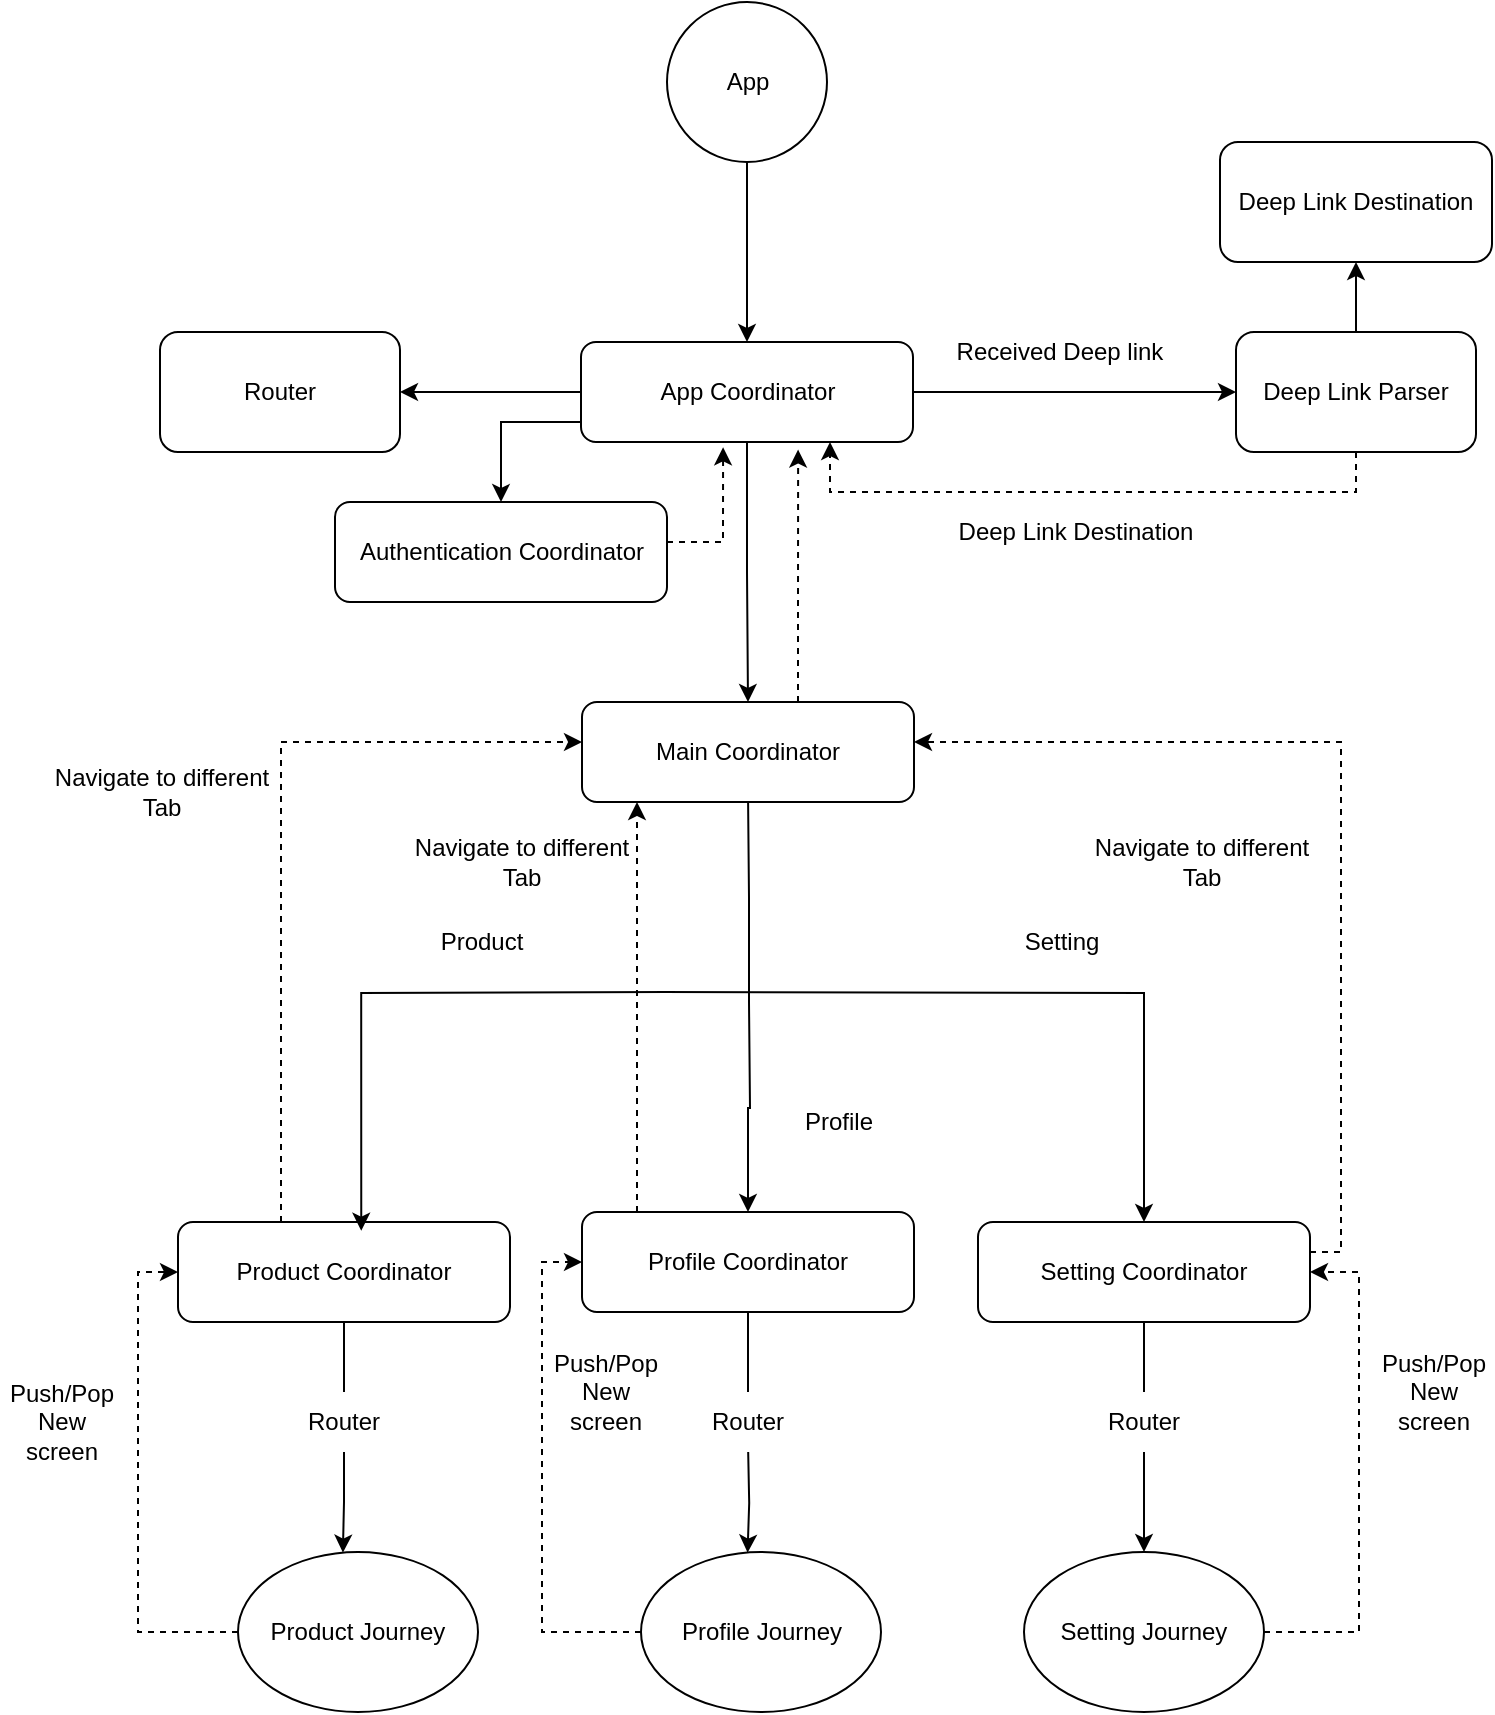
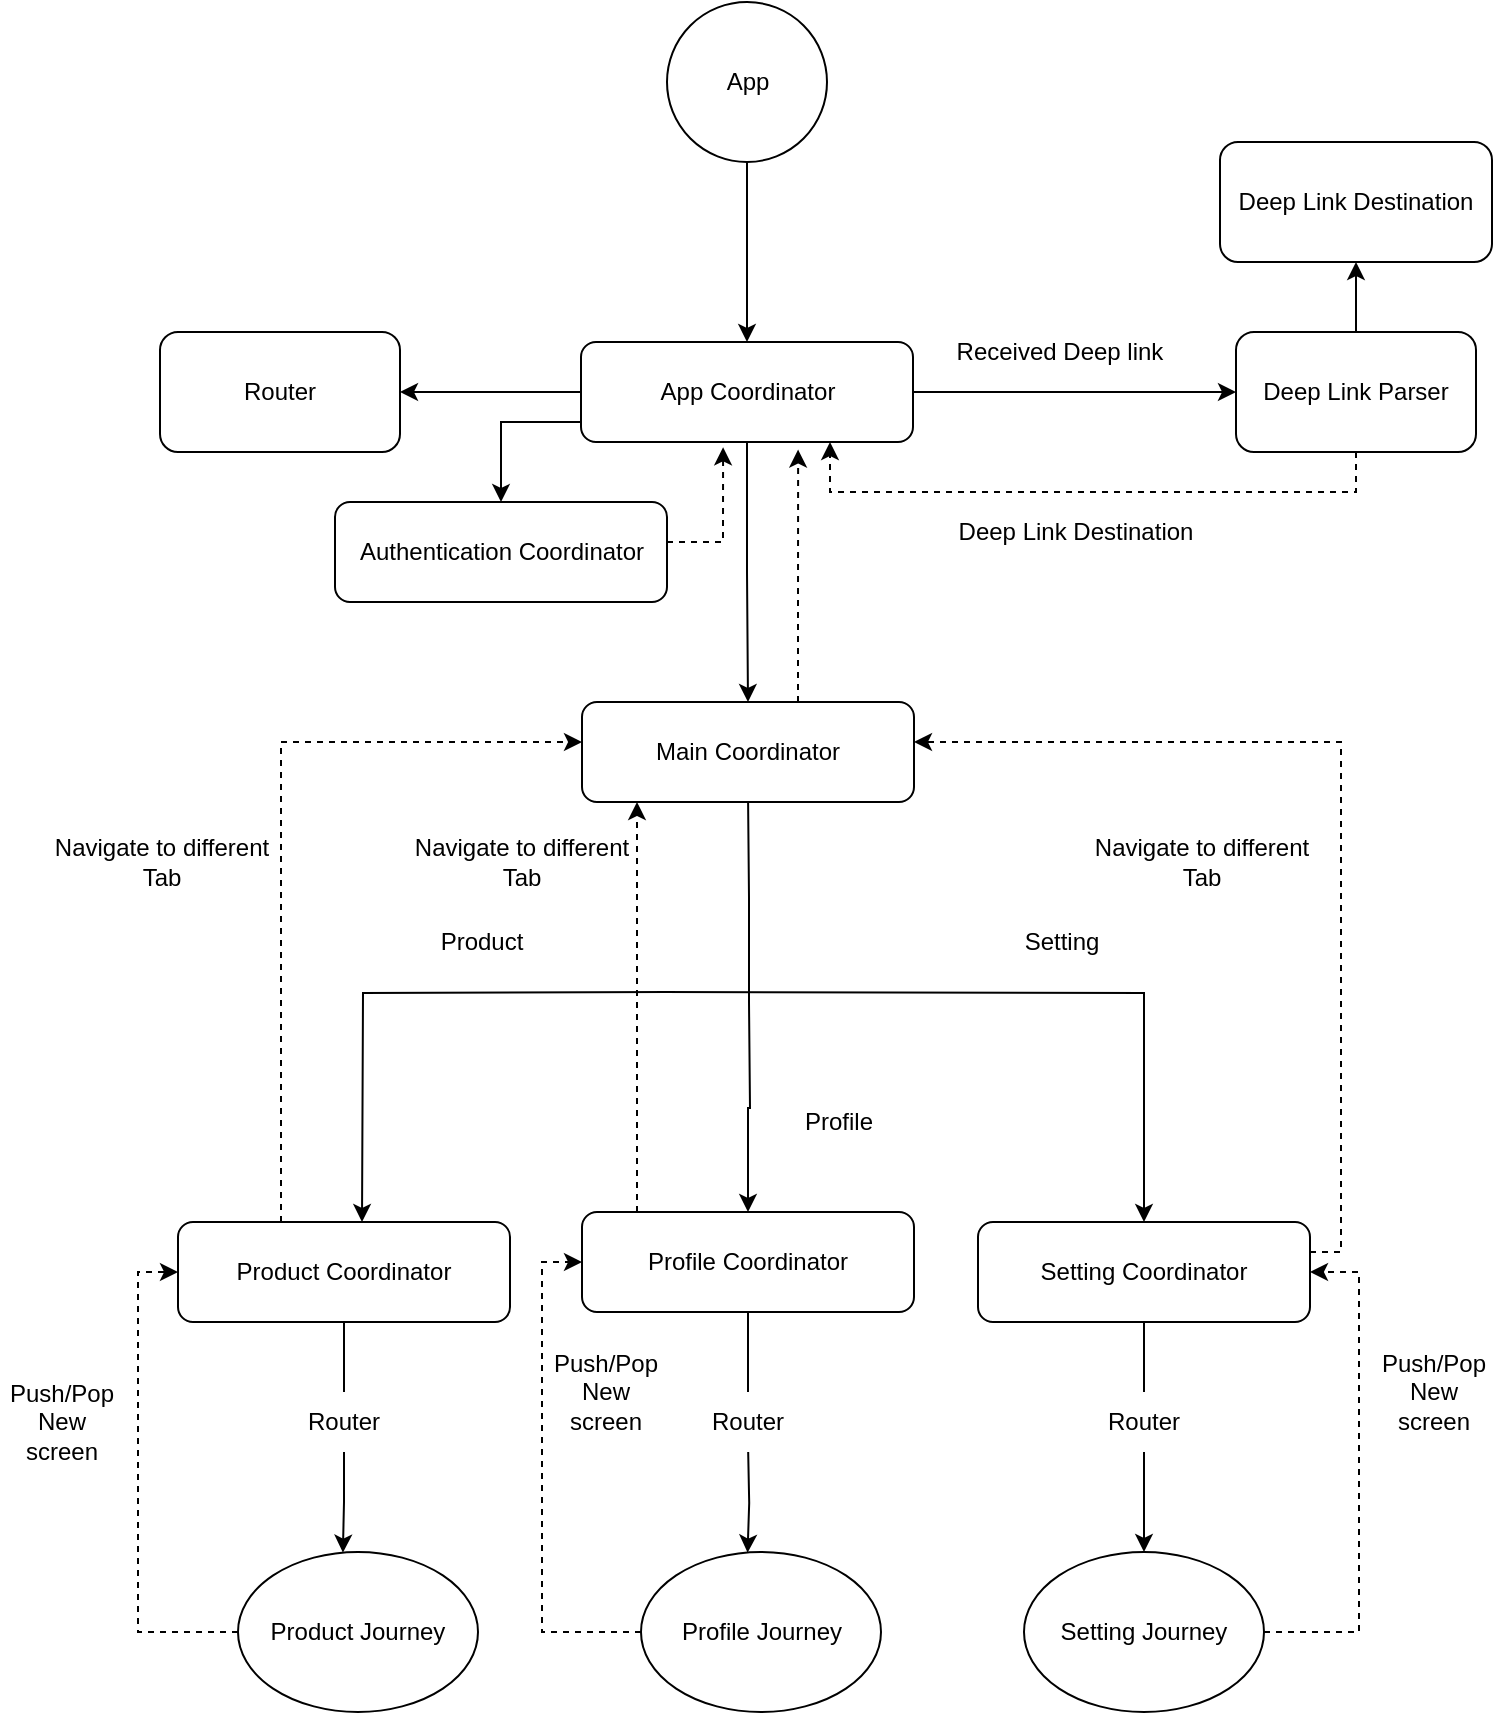
<mxfile host="app.diagrams.net">
  <diagram name="Page-1" id="ZgCIVaUYHDL5C7sFVlId">
    <mxGraphModel dx="965" dy="725" grid="1" gridSize="10" guides="1" tooltips="1" connect="1" arrows="1" fold="1" page="1" pageScale="1" pageWidth="827" pageHeight="1169" math="0" shadow="0">
      <root>
        <mxCell id="0" />
        <mxCell id="1" parent="0" />
        <mxCell id="1-cwZstGPS8-OiOmEu3i-28" edge="1" parent="1" source="1-cwZstGPS8-OiOmEu3i-1" style="edgeStyle=orthogonalEdgeStyle;rounded=0;orthogonalLoop=1;jettySize=auto;html=1;entryX=0;entryY=0.5;entryDx=0;entryDy=0;" target="1-cwZstGPS8-OiOmEu3i-27">
          <mxGeometry relative="1" as="geometry" />
        </mxCell>
        <mxCell id="hBzp_D6qh12hDb4rt6_J-2" edge="1" parent="1" source="1-cwZstGPS8-OiOmEu3i-1" style="edgeStyle=orthogonalEdgeStyle;rounded=0;orthogonalLoop=1;jettySize=auto;html=1;entryX=1;entryY=0.5;entryDx=0;entryDy=0;" target="hBzp_D6qh12hDb4rt6_J-1">
          <mxGeometry relative="1" as="geometry" />
        </mxCell>
        <mxCell id="hBzp_D6qh12hDb4rt6_J-5" edge="1" parent="1" source="1-cwZstGPS8-OiOmEu3i-1" style="edgeStyle=orthogonalEdgeStyle;rounded=0;orthogonalLoop=1;jettySize=auto;html=1;entryX=0.5;entryY=0;entryDx=0;entryDy=0;" target="hBzp_D6qh12hDb4rt6_J-4">
          <mxGeometry relative="1" as="geometry" />
        </mxCell>
        <mxCell id="hBzp_D6qh12hDb4rt6_J-59" edge="1" parent="1" source="1-cwZstGPS8-OiOmEu3i-1" style="edgeStyle=orthogonalEdgeStyle;rounded=0;orthogonalLoop=1;jettySize=auto;html=1;entryX=0.5;entryY=0;entryDx=0;entryDy=0;" target="hBzp_D6qh12hDb4rt6_J-56">
          <mxGeometry relative="1" as="geometry">
            <Array as="points">
              <mxPoint x="301" y="260" />
            </Array>
          </mxGeometry>
        </mxCell>
        <mxCell id="1-cwZstGPS8-OiOmEu3i-1" parent="1" style="rounded=1;whiteSpace=wrap;html=1;" value="App Coordinator" vertex="1">
          <mxGeometry height="50" width="166" x="340.5" y="220" as="geometry" />
        </mxCell>
        <mxCell id="1-cwZstGPS8-OiOmEu3i-10" edge="1" parent="1" source="1-cwZstGPS8-OiOmEu3i-2" style="edgeStyle=orthogonalEdgeStyle;rounded=0;orthogonalLoop=1;jettySize=auto;html=1;">
          <mxGeometry relative="1" as="geometry">
            <mxPoint x="423.5" y="220" as="targetPoint" />
          </mxGeometry>
        </mxCell>
        <mxCell id="1-cwZstGPS8-OiOmEu3i-2" parent="1" style="ellipse;whiteSpace=wrap;html=1;aspect=fixed;" value="App" vertex="1">
          <mxGeometry height="80" width="80" x="383.5" y="50" as="geometry" />
        </mxCell>
        <mxCell id="1-cwZstGPS8-OiOmEu3i-3" edge="1" parent="1" source="1-cwZstGPS8-OiOmEu3i-1" style="edgeStyle=orthogonalEdgeStyle;rounded=0;orthogonalLoop=1;jettySize=auto;html=1;exitX=0.5;exitY=1;exitDx=0;exitDy=0;" target="1-cwZstGPS8-OiOmEu3i-1">
          <mxGeometry relative="1" as="geometry" />
        </mxCell>
        <mxCell id="hBzp_D6qh12hDb4rt6_J-37" edge="1" parent="1" source="1-cwZstGPS8-OiOmEu3i-4" style="edgeStyle=orthogonalEdgeStyle;rounded=0;orthogonalLoop=1;jettySize=auto;html=1;entryX=0;entryY=0.5;entryDx=0;entryDy=0;dashed=1;">
          <mxGeometry relative="1" as="geometry">
            <Array as="points">
              <mxPoint x="190.5" y="420" />
            </Array>
            <mxPoint x="341" y="420" as="targetPoint" />
          </mxGeometry>
        </mxCell>
        <mxCell id="hBzp_D6qh12hDb4rt6_J-47" edge="1" parent="1" source="1-cwZstGPS8-OiOmEu3i-4" style="edgeStyle=orthogonalEdgeStyle;rounded=0;orthogonalLoop=1;jettySize=auto;html=1;entryX=0.5;entryY=0;entryDx=0;entryDy=0;startArrow=none;startFill=0;endArrow=none;endFill=0;" target="hBzp_D6qh12hDb4rt6_J-43">
          <mxGeometry relative="1" as="geometry" />
        </mxCell>
        <mxCell id="1-cwZstGPS8-OiOmEu3i-4" parent="1" style="rounded=1;whiteSpace=wrap;html=1;" value="Product Coordinator" vertex="1">
          <mxGeometry height="50" width="166" x="139" y="660" as="geometry" />
        </mxCell>
        <mxCell id="hBzp_D6qh12hDb4rt6_J-51" edge="1" parent="1" source="1-cwZstGPS8-OiOmEu3i-5" style="edgeStyle=orthogonalEdgeStyle;rounded=0;orthogonalLoop=1;jettySize=auto;html=1;exitX=0.5;exitY=1;exitDx=0;exitDy=0;entryX=0.5;entryY=0;entryDx=0;entryDy=0;endArrow=none;endFill=0;">
          <mxGeometry relative="1" as="geometry">
            <mxPoint x="424" y="745" as="targetPoint" />
          </mxGeometry>
        </mxCell>
        <mxCell id="1-cwZstGPS8-OiOmEu3i-5" parent="1" style="rounded=1;whiteSpace=wrap;html=1;" value="Profile Coordinator" vertex="1">
          <mxGeometry height="50" width="166" x="341" y="655" as="geometry" />
        </mxCell>
        <mxCell id="hBzp_D6qh12hDb4rt6_J-39" edge="1" parent="1" source="1-cwZstGPS8-OiOmEu3i-6" style="edgeStyle=orthogonalEdgeStyle;rounded=0;orthogonalLoop=1;jettySize=auto;html=1;entryX=1;entryY=0.5;entryDx=0;entryDy=0;dashed=1;">
          <mxGeometry relative="1" as="geometry">
            <Array as="points">
              <mxPoint x="720.5" y="675" />
              <mxPoint x="720.5" y="420" />
            </Array>
            <mxPoint x="506.9999999999998" y="420" as="targetPoint" />
          </mxGeometry>
        </mxCell>
        <mxCell id="hBzp_D6qh12hDb4rt6_J-55" edge="1" parent="1" source="1-cwZstGPS8-OiOmEu3i-6" style="edgeStyle=orthogonalEdgeStyle;rounded=0;orthogonalLoop=1;jettySize=auto;html=1;entryX=0.5;entryY=0;entryDx=0;entryDy=0;endArrow=none;endFill=0;" target="hBzp_D6qh12hDb4rt6_J-53">
          <mxGeometry relative="1" as="geometry" />
        </mxCell>
        <mxCell id="1-cwZstGPS8-OiOmEu3i-6" parent="1" style="rounded=1;whiteSpace=wrap;html=1;" value="Setting Coordinator" vertex="1">
          <mxGeometry height="50" width="166" x="539" y="660" as="geometry" />
        </mxCell>
        <mxCell id="1-cwZstGPS8-OiOmEu3i-37" edge="1" parent="1" source="1-cwZstGPS8-OiOmEu3i-12" style="edgeStyle=orthogonalEdgeStyle;rounded=0;orthogonalLoop=1;jettySize=auto;html=1;entryX=0;entryY=0.5;entryDx=0;entryDy=0;exitX=0;exitY=0.5;exitDx=0;exitDy=0;dashed=1;" target="1-cwZstGPS8-OiOmEu3i-4">
          <mxGeometry relative="1" as="geometry" />
        </mxCell>
        <mxCell id="1-cwZstGPS8-OiOmEu3i-12" parent="1" style="ellipse;whiteSpace=wrap;html=1;" value="Product Journey" vertex="1">
          <mxGeometry height="80" width="120" x="169" y="825" as="geometry" />
        </mxCell>
        <mxCell id="1-cwZstGPS8-OiOmEu3i-38" edge="1" parent="1" source="1-cwZstGPS8-OiOmEu3i-13" style="edgeStyle=orthogonalEdgeStyle;rounded=0;orthogonalLoop=1;jettySize=auto;html=1;entryX=0;entryY=0.5;entryDx=0;entryDy=0;exitX=0;exitY=0.5;exitDx=0;exitDy=0;dashed=1;" target="1-cwZstGPS8-OiOmEu3i-5">
          <mxGeometry relative="1" as="geometry" />
        </mxCell>
        <mxCell id="1-cwZstGPS8-OiOmEu3i-13" parent="1" style="ellipse;whiteSpace=wrap;html=1;" value="Profile Journey" vertex="1">
          <mxGeometry height="80" width="120" x="370.5" y="825" as="geometry" />
        </mxCell>
        <mxCell id="1-cwZstGPS8-OiOmEu3i-40" edge="1" parent="1" source="1-cwZstGPS8-OiOmEu3i-14" style="edgeStyle=orthogonalEdgeStyle;rounded=0;orthogonalLoop=1;jettySize=auto;html=1;entryX=1;entryY=0.5;entryDx=0;entryDy=0;exitX=1;exitY=0.5;exitDx=0;exitDy=0;dashed=1;" target="1-cwZstGPS8-OiOmEu3i-6">
          <mxGeometry relative="1" as="geometry">
            <Array as="points">
              <mxPoint x="729.5" y="865" />
              <mxPoint x="729.5" y="685" />
            </Array>
          </mxGeometry>
        </mxCell>
        <mxCell id="1-cwZstGPS8-OiOmEu3i-14" parent="1" style="ellipse;whiteSpace=wrap;html=1;" value="Setting Journey" vertex="1">
          <mxGeometry height="80" width="120" x="562" y="825" as="geometry" />
        </mxCell>
        <mxCell id="hBzp_D6qh12hDb4rt6_J-34" edge="1" parent="1" style="edgeStyle=orthogonalEdgeStyle;rounded=0;orthogonalLoop=1;jettySize=auto;html=1;entryX=0.5;entryY=0;entryDx=0;entryDy=0;" target="1-cwZstGPS8-OiOmEu3i-5">
          <mxGeometry relative="1" as="geometry">
            <mxPoint x="424.5" y="550" as="sourcePoint" />
          </mxGeometry>
        </mxCell>
        <mxCell id="hBzp_D6qh12hDb4rt6_J-35" edge="1" parent="1" style="edgeStyle=orthogonalEdgeStyle;rounded=0;orthogonalLoop=1;jettySize=auto;html=1;" target="1-cwZstGPS8-OiOmEu3i-6">
          <mxGeometry relative="1" as="geometry">
            <mxPoint x="380.5" y="545" as="sourcePoint" />
          </mxGeometry>
        </mxCell>
        <mxCell id="1-cwZstGPS8-OiOmEu3i-24" parent="1" style="text;html=1;whiteSpace=wrap;strokeColor=none;fillColor=none;align=center;verticalAlign=middle;rounded=0;" value="Product" vertex="1">
          <mxGeometry height="30" width="80" x="250.5" y="505" as="geometry" />
        </mxCell>
        <mxCell id="1-cwZstGPS8-OiOmEu3i-25" parent="1" style="text;html=1;whiteSpace=wrap;strokeColor=none;fillColor=none;align=center;verticalAlign=middle;rounded=0;" value="Setting" vertex="1">
          <mxGeometry height="30" width="80" x="540.5" y="505" as="geometry" />
        </mxCell>
        <mxCell id="1-cwZstGPS8-OiOmEu3i-26" parent="1" style="text;html=1;whiteSpace=wrap;strokeColor=none;fillColor=none;align=center;verticalAlign=middle;rounded=0;" value="Profile" vertex="1">
          <mxGeometry height="30" width="76.5" x="430.5" y="595" as="geometry" />
        </mxCell>
        <mxCell id="1-cwZstGPS8-OiOmEu3i-31" edge="1" parent="1" source="1-cwZstGPS8-OiOmEu3i-27" style="edgeStyle=orthogonalEdgeStyle;rounded=0;orthogonalLoop=1;jettySize=auto;html=1;exitX=0.5;exitY=0;exitDx=0;exitDy=0;entryX=0.5;entryY=1;entryDx=0;entryDy=0;" target="1-cwZstGPS8-OiOmEu3i-29">
          <mxGeometry relative="1" as="geometry" />
        </mxCell>
        <mxCell id="hBzp_D6qh12hDb4rt6_J-15" edge="1" parent="1" source="1-cwZstGPS8-OiOmEu3i-27" style="edgeStyle=orthogonalEdgeStyle;rounded=0;orthogonalLoop=1;jettySize=auto;html=1;entryX=0.75;entryY=1;entryDx=0;entryDy=0;dashed=1;" target="1-cwZstGPS8-OiOmEu3i-1">
          <mxGeometry relative="1" as="geometry">
            <Array as="points">
              <mxPoint x="728" y="295" />
              <mxPoint x="465" y="295" />
            </Array>
          </mxGeometry>
        </mxCell>
        <mxCell id="1-cwZstGPS8-OiOmEu3i-27" parent="1" style="rounded=1;whiteSpace=wrap;html=1;" value="Deep Link Parser" vertex="1">
          <mxGeometry height="60" width="120" x="668" y="215" as="geometry" />
        </mxCell>
        <mxCell id="1-cwZstGPS8-OiOmEu3i-29" parent="1" style="rounded=1;whiteSpace=wrap;html=1;" value="Deep Link Destination" vertex="1">
          <mxGeometry height="60" width="136" x="660" y="120" as="geometry" />
        </mxCell>
        <mxCell id="1-cwZstGPS8-OiOmEu3i-32" parent="1" style="text;html=1;whiteSpace=wrap;strokeColor=none;fillColor=none;align=center;verticalAlign=middle;rounded=0;" value="Received Deep link" vertex="1">
          <mxGeometry height="30" width="120" x="520" y="210" as="geometry" />
        </mxCell>
        <mxCell id="1-cwZstGPS8-OiOmEu3i-41" parent="1" style="text;html=1;whiteSpace=wrap;strokeColor=none;fillColor=none;align=center;verticalAlign=middle;rounded=0;" value="Push/Pop New screen" vertex="1">
          <mxGeometry height="30" width="60" x="50.5" y="745" as="geometry" />
        </mxCell>
        <mxCell id="1-cwZstGPS8-OiOmEu3i-42" parent="1" style="text;html=1;whiteSpace=wrap;strokeColor=none;fillColor=none;align=center;verticalAlign=middle;rounded=0;" value="Push/Pop New screen" vertex="1">
          <mxGeometry height="30" width="60" x="322.5" y="730" as="geometry" />
        </mxCell>
        <mxCell id="1-cwZstGPS8-OiOmEu3i-43" parent="1" style="text;html=1;whiteSpace=wrap;strokeColor=none;fillColor=none;align=center;verticalAlign=middle;rounded=0;" value="Push/Pop New screen" vertex="1">
          <mxGeometry height="30" width="60" x="736.5" y="730" as="geometry" />
        </mxCell>
        <mxCell id="hBzp_D6qh12hDb4rt6_J-1" parent="1" style="rounded=1;whiteSpace=wrap;html=1;" value="Router" vertex="1">
          <mxGeometry height="60" width="120" x="130" y="215" as="geometry" />
        </mxCell>
        <mxCell id="hBzp_D6qh12hDb4rt6_J-6" edge="1" parent="1" style="edgeStyle=orthogonalEdgeStyle;rounded=0;orthogonalLoop=1;jettySize=auto;html=1;endArrow=none;endFill=0;">
          <mxGeometry relative="1" as="geometry">
            <mxPoint x="424" y="445" as="sourcePoint" />
            <mxPoint x="424.5" y="550" as="targetPoint" />
          </mxGeometry>
        </mxCell>
        <mxCell id="hBzp_D6qh12hDb4rt6_J-4" parent="1" style="rounded=1;whiteSpace=wrap;html=1;" value="Main Coordinator" vertex="1">
          <mxGeometry height="50" width="166" x="341" y="400" as="geometry" />
        </mxCell>
-         <mxCell id="hBzp_D6qh12hDb4rt6_J-32" edge="1" parent="1" style="edgeStyle=orthogonalEdgeStyle;rounded=0;orthogonalLoop=1;jettySize=auto;html=1;entryX=0.552;entryY=0.087;entryDx=0;entryDy=0;entryPerimeter=0;" target="1-cwZstGPS8-OiOmEu3i-4">
+         <mxCell id="hBzp_D6qh12hDb4rt6_J-32" edge="1" parent="1" style="edgeStyle=orthogonalEdgeStyle;rounded=0;orthogonalLoop=1;jettySize=auto;html=1;">
          <mxGeometry relative="1" as="geometry">
            <mxPoint x="384" y="545" as="sourcePoint" />
+             <mxPoint x="231" y="660" as="targetPoint" />
          </mxGeometry>
        </mxCell>
        <mxCell id="hBzp_D6qh12hDb4rt6_J-36" parent="1" style="text;html=1;whiteSpace=wrap;strokeColor=none;fillColor=none;align=center;verticalAlign=middle;rounded=0;" value="Deep Link Destination" vertex="1">
          <mxGeometry height="30" width="120" x="528" y="300" as="geometry" />
        </mxCell>
        <mxCell id="hBzp_D6qh12hDb4rt6_J-38" edge="1" parent="1" source="1-cwZstGPS8-OiOmEu3i-5" style="edgeStyle=orthogonalEdgeStyle;rounded=0;orthogonalLoop=1;jettySize=auto;html=1;dashed=1;">
          <mxGeometry relative="1" as="geometry">
            <Array as="points">
              <mxPoint x="368.5" y="555" />
              <mxPoint x="368.5" y="555" />
            </Array>
            <mxPoint x="368.5" y="450" as="targetPoint" />
          </mxGeometry>
        </mxCell>
        <mxCell id="hBzp_D6qh12hDb4rt6_J-40" parent="1" style="text;html=1;whiteSpace=wrap;strokeColor=none;fillColor=none;align=center;verticalAlign=middle;rounded=0;" value="Navigate to different Tab" vertex="1">
-           <mxGeometry height="30" width="120" x="70.5" y="430" as="geometry" />
+           <mxGeometry height="30" width="120" x="70.5" y="465" as="geometry" />
        </mxCell>
        <mxCell id="hBzp_D6qh12hDb4rt6_J-41" parent="1" style="text;html=1;whiteSpace=wrap;strokeColor=none;fillColor=none;align=center;verticalAlign=middle;rounded=0;" value="Navigate to different Tab" vertex="1">
          <mxGeometry height="30" width="120" x="250.5" y="465" as="geometry" />
        </mxCell>
        <mxCell id="hBzp_D6qh12hDb4rt6_J-42" parent="1" style="text;html=1;whiteSpace=wrap;strokeColor=none;fillColor=none;align=center;verticalAlign=middle;rounded=0;" value="Navigate to different Tab" vertex="1">
          <mxGeometry height="30" width="120" x="590.5" y="465" as="geometry" />
        </mxCell>
        <mxCell id="hBzp_D6qh12hDb4rt6_J-43" parent="1" style="text;html=1;whiteSpace=wrap;strokeColor=none;fillColor=none;align=center;verticalAlign=middle;rounded=0;" value="Router" vertex="1">
          <mxGeometry height="30" width="120" x="162" y="745" as="geometry" />
        </mxCell>
        <mxCell id="hBzp_D6qh12hDb4rt6_J-45" edge="1" parent="1" source="hBzp_D6qh12hDb4rt6_J-43" style="edgeStyle=orthogonalEdgeStyle;rounded=0;orthogonalLoop=1;jettySize=auto;html=1;exitX=0.5;exitY=1;exitDx=0;exitDy=0;" target="hBzp_D6qh12hDb4rt6_J-43">
          <mxGeometry relative="1" as="geometry" />
        </mxCell>
        <mxCell id="hBzp_D6qh12hDb4rt6_J-48" edge="1" parent="1" source="hBzp_D6qh12hDb4rt6_J-43" style="edgeStyle=orthogonalEdgeStyle;rounded=0;orthogonalLoop=1;jettySize=auto;html=1;entryX=0.437;entryY=0.004;entryDx=0;entryDy=0;entryPerimeter=0;" target="1-cwZstGPS8-OiOmEu3i-12">
          <mxGeometry relative="1" as="geometry" />
        </mxCell>
        <mxCell id="hBzp_D6qh12hDb4rt6_J-50" edge="1" parent="1" style="edgeStyle=orthogonalEdgeStyle;rounded=0;orthogonalLoop=1;jettySize=auto;html=1;entryX=0.444;entryY=0.004;entryDx=0;entryDy=0;entryPerimeter=0;" target="1-cwZstGPS8-OiOmEu3i-13">
          <mxGeometry relative="1" as="geometry">
            <mxPoint x="424.08823529411757" y="775" as="sourcePoint" />
          </mxGeometry>
        </mxCell>
        <mxCell id="hBzp_D6qh12hDb4rt6_J-52" parent="1" style="text;html=1;whiteSpace=wrap;strokeColor=none;fillColor=none;align=center;verticalAlign=middle;rounded=0;" value="Router" vertex="1">
          <mxGeometry height="30" width="120" x="364" y="745" as="geometry" />
        </mxCell>
        <mxCell id="hBzp_D6qh12hDb4rt6_J-54" edge="1" parent="1" source="hBzp_D6qh12hDb4rt6_J-53" style="edgeStyle=orthogonalEdgeStyle;rounded=0;orthogonalLoop=1;jettySize=auto;html=1;entryX=0.5;entryY=0;entryDx=0;entryDy=0;" target="1-cwZstGPS8-OiOmEu3i-14">
          <mxGeometry relative="1" as="geometry" />
        </mxCell>
        <mxCell id="hBzp_D6qh12hDb4rt6_J-53" parent="1" style="text;html=1;whiteSpace=wrap;strokeColor=none;fillColor=none;align=center;verticalAlign=middle;rounded=0;" value="Router" vertex="1">
          <mxGeometry height="30" width="120" x="562" y="745" as="geometry" />
        </mxCell>
        <mxCell id="hBzp_D6qh12hDb4rt6_J-61" edge="1" parent="1" source="hBzp_D6qh12hDb4rt6_J-56" style="edgeStyle=orthogonalEdgeStyle;rounded=0;orthogonalLoop=1;jettySize=auto;html=1;entryX=0.428;entryY=1.053;entryDx=0;entryDy=0;entryPerimeter=0;dashed=1;" target="1-cwZstGPS8-OiOmEu3i-1">
          <mxGeometry relative="1" as="geometry">
            <Array as="points">
              <mxPoint x="412" y="320" />
            </Array>
            <mxPoint x="410" y="280" as="targetPoint" />
          </mxGeometry>
        </mxCell>
        <mxCell id="hBzp_D6qh12hDb4rt6_J-56" parent="1" style="rounded=1;whiteSpace=wrap;html=1;" value="Authentication Coordinator" vertex="1">
          <mxGeometry height="50" width="166" x="217.5" y="300" as="geometry" />
        </mxCell>
        <mxCell id="hBzp_D6qh12hDb4rt6_J-62" edge="1" parent="1" source="hBzp_D6qh12hDb4rt6_J-4" style="edgeStyle=orthogonalEdgeStyle;rounded=0;orthogonalLoop=1;jettySize=auto;html=1;entryX=0.654;entryY=1.076;entryDx=0;entryDy=0;entryPerimeter=0;dashed=1;" target="1-cwZstGPS8-OiOmEu3i-1">
          <mxGeometry relative="1" as="geometry">
            <Array as="points">
              <mxPoint x="449" y="360" />
              <mxPoint x="449" y="360" />
            </Array>
          </mxGeometry>
        </mxCell>
      </root>
    </mxGraphModel>
  </diagram>
</mxfile>
